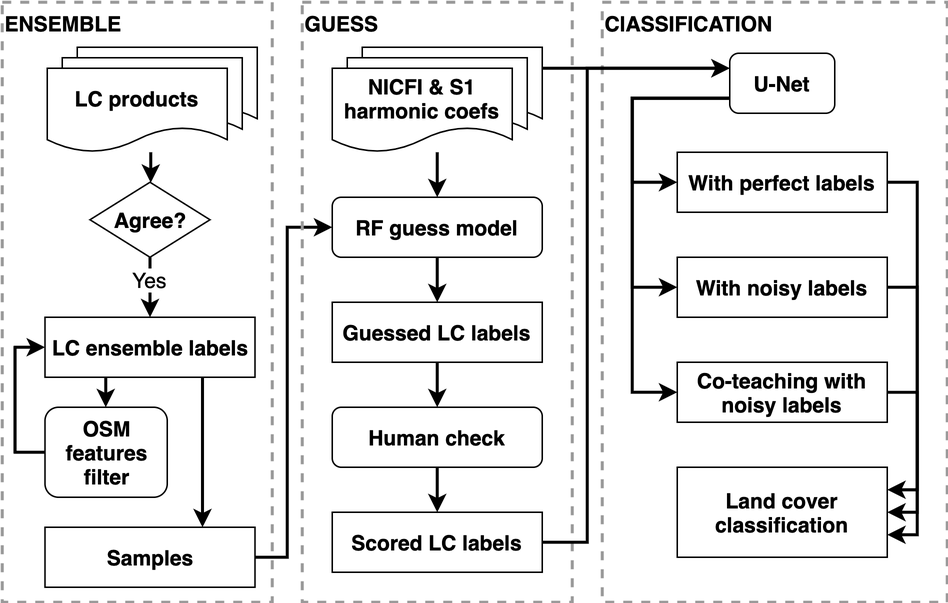
LLeiSong/hrlcm keeps this draw.io diagram as docs/figures/hrlcm_flowchart.png. Above is the earlier version. Source tidied: cells renumbered, new cells last; positions are measured from the earlier drawing's top-left corner, leaving out a move shared by most shapes.
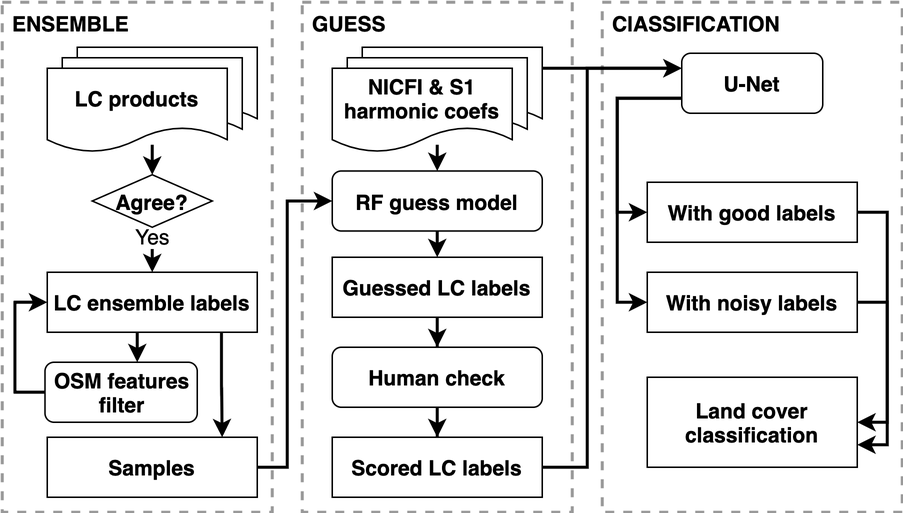
After the change.

The edit, as a diff of the source:
```diff
@@ -2,99 +2,48 @@
   <root>
     <mxCell id="0" />
     <mxCell id="1" parent="0" />
-    <mxCell id="2" value="ClASSIFICATION" style="rounded=0;whiteSpace=wrap;html=1;fontSize=14;align=left;verticalAlign=top;dashed=1;fontColor=#000000;fillColor=none;strokeWidth=2;fontStyle=1;strokeColor=#999999;" parent="1" vertex="1">
-      <mxGeometry x="400" width="230" height="400" as="geometry" />
+    <mxCell id="2" value="ClASSIFICATION" style="rounded=0;whiteSpace=wrap;html=1;fontSize=14;align=left;verticalAlign=top;dashed=1;fontColor=#000000;fillColor=none;strokeWidth=2;fontStyle=1;strokeColor=#999999;spacingLeft=5;" parent="1" vertex="1">
+      <mxGeometry x="400" width="200" height="340" as="geometry" />
     </mxCell>
     <mxCell id="3" style="edgeStyle=orthogonalEdgeStyle;rounded=0;jettySize=auto;html=1;fontSize=14;strokeWidth=2;entryX=0;entryY=0.5;entryDx=0;entryDy=0;" parent="1" edge="1" source="19" target="10">
       <mxGeometry relative="1" as="geometry">
         <Array as="points">
-          <mxPoint x="190" y="370" />
-          <mxPoint x="190" y="150" />
+          <mxPoint x="190" y="310" />
+          <mxPoint x="190" y="133" />
+          <mxPoint x="220" y="133" />
         </Array>
       </mxGeometry>
     </mxCell>
-    <mxCell id="4" style="group;" parent="1" vertex="1">
-      <mxGeometry x="220" y="30" width="170" height="370" as="geometry" />
-    </mxCell>
-    <mxCell id="5" value="GUESS" style="rounded=0;whiteSpace=wrap;html=1;fontSize=14;align=left;verticalAlign=top;dashed=1;fontColor=#000000;fillColor=none;strokeWidth=2;fontStyle=1;strokeColor=#999999;" parent="4" vertex="1">
-      <mxGeometry x="-20" y="-30" width="180" height="400" as="geometry" />
-    </mxCell>
-    <mxCell id="6" style="shape=document;whiteSpace=wrap;html=1;boundedLbl=1;" parent="4" vertex="1">
-      <mxGeometry x="20" width="120" height="56" as="geometry" />
-    </mxCell>
-    <mxCell id="7" style="shape=document;whiteSpace=wrap;html=1;boundedLbl=1;" parent="4" vertex="1">
-      <mxGeometry x="10" y="7" width="120" height="56" as="geometry" />
-    </mxCell>
-    <mxCell id="8" value="NICFI &amp;amp; S1 harmonic coefs" style="shape=document;whiteSpace=wrap;html=1;boundedLbl=1;fontSize=14;fontStyle=1;" parent="4" vertex="1">
-      <mxGeometry y="14" width="120" height="56" as="geometry" />
-    </mxCell>
-    <mxCell id="9" style="edgeStyle=orthogonalEdgeStyle;rounded=0;jettySize=auto;html=1;fontSize=14;strokeWidth=2;" parent="1" edge="1" source="10" target="15">
-      <mxGeometry relative="1" as="geometry" />
-    </mxCell>
-    <mxCell id="10" value="RF guess model" style="rounded=1;whiteSpace=wrap;html=1;fontSize=14;fontStyle=1;" parent="1" vertex="1">
-      <mxGeometry x="220" y="130" width="140" height="40" as="geometry" />
-    </mxCell>
-    <mxCell id="11" style="edgeStyle=orthogonalEdgeStyle;rounded=0;jettySize=auto;html=1;fontSize=14;strokeWidth=2;" parent="1" edge="1" source="8" target="10">
-      <mxGeometry relative="1" as="geometry">
-        <Array as="points">
-          <mxPoint x="290" y="110" />
-          <mxPoint x="290" y="110" />
-        </Array>
-      </mxGeometry>
-    </mxCell>
-    <mxCell id="12" style="edgeStyle=orthogonalEdgeStyle;rounded=0;jettySize=auto;html=1;fontSize=14;strokeWidth=2;" parent="1" edge="1" source="13" target="17">
-      <mxGeometry relative="1" as="geometry" />
-    </mxCell>
-    <mxCell id="13" value="Human check" style="rounded=1;whiteSpace=wrap;html=1;fontSize=14;fontStyle=1;" parent="1" vertex="1">
-      <mxGeometry x="220" y="270" width="140" height="40" as="geometry" />
-    </mxCell>
-    <mxCell id="14" style="edgeStyle=orthogonalEdgeStyle;rounded=0;jettySize=auto;html=1;fontSize=14;strokeWidth=2;" parent="1" edge="1" source="15" target="13">
-      <mxGeometry relative="1" as="geometry" />
-    </mxCell>
-    <mxCell id="15" value="Guessed LC labels" style="rounded=0;whiteSpace=wrap;html=1;fontSize=14;fontStyle=1;" parent="1" vertex="1">
-      <mxGeometry x="220" y="200" width="140" height="40" as="geometry" />
-    </mxCell>
-    <mxCell id="16" style="edgeStyle=orthogonalEdgeStyle;rounded=0;jettySize=auto;html=1;exitX=1;exitY=0.5;exitDx=0;exitDy=0;entryX=0;entryY=0.25;entryDx=0;entryDy=0;fontSize=14;strokeWidth=2;" parent="1" edge="1" source="17" target="36">
-      <mxGeometry relative="1" as="geometry">
-        <Array as="points">
-          <mxPoint x="390" y="360" />
-          <mxPoint x="390" y="44" />
-        </Array>
-      </mxGeometry>
-    </mxCell>
-    <mxCell id="17" value="Scored LC labels" style="rounded=0;whiteSpace=wrap;html=1;fontSize=14;fontStyle=1;" parent="1" vertex="1">
-      <mxGeometry x="220" y="340" width="140" height="40" as="geometry" />
-    </mxCell>
-    <mxCell id="18" value="ENSEMBLE" style="rounded=0;whiteSpace=wrap;html=1;fontSize=14;align=left;verticalAlign=top;dashed=1;fontColor=#000000;fillColor=none;strokeWidth=2;fontStyle=1;strokeColor=#999999;" parent="1" vertex="1">
-      <mxGeometry width="180" height="400" as="geometry" />
+    <mxCell id="18" value="ENSEMBLE" style="rounded=0;whiteSpace=wrap;html=1;fontSize=14;align=left;verticalAlign=top;dashed=1;fontColor=#000000;fillColor=none;strokeWidth=2;fontStyle=1;strokeColor=#999999;spacingLeft=5;" parent="1" vertex="1">
+      <mxGeometry width="180" height="340" as="geometry" />
     </mxCell>
     <mxCell id="19" value="Samples" style="rounded=0;whiteSpace=wrap;html=1;fontSize=14;fontStyle=1;" parent="1" vertex="1">
-      <mxGeometry x="28.5" y="350" width="140" height="40" as="geometry" />
+      <mxGeometry x="30" y="290" width="140" height="40" as="geometry" />
     </mxCell>
     <mxCell id="20" style="edgeStyle=orthogonalEdgeStyle;rounded=0;jettySize=auto;html=1;fontSize=14;strokeWidth=2;" parent="1" edge="1" source="22" target="32">
       <mxGeometry relative="1" as="geometry">
         <Array as="points">
-          <mxPoint x="69" y="260" />
-          <mxPoint x="69" y="260" />
+          <mxPoint x="90" y="230" />
+          <mxPoint x="90" y="230" />
         </Array>
       </mxGeometry>
     </mxCell>
-    <mxCell id="21" style="edgeStyle=orthogonalEdgeStyle;rounded=0;jettySize=auto;html=1;fontSize=14;strokeWidth=2;entryX=0.75;entryY=0;entryDx=0;entryDy=0;exitX=0.75;exitY=1;exitDx=0;exitDy=0;" parent="1" edge="1" source="22" target="19">
+    <mxCell id="21" style="edgeStyle=orthogonalEdgeStyle;rounded=0;jettySize=auto;html=1;exitX=0.83;exitY=0.979;exitDx=0;exitDy=0;strokeWidth=2;exitPerimeter=0;entryX=0.833;entryY=0;entryDx=0;entryDy=0;entryPerimeter=0;" parent="1" edge="1" source="22" target="19">
       <mxGeometry relative="1" as="geometry" />
     </mxCell>
     <mxCell id="22" value="LC ensemble labels" style="rounded=0;whiteSpace=wrap;html=1;fontSize=14;fontStyle=1;" parent="1" vertex="1">
-      <mxGeometry x="28.5" y="210" width="140" height="40" as="geometry" />
+      <mxGeometry x="30" y="180" width="140" height="40" as="geometry" />
     </mxCell>
     <mxCell id="23" style="edgeStyle=orthogonalEdgeStyle;rounded=0;jettySize=auto;html=1;fontSize=14;strokeWidth=2;" parent="1" edge="1" source="25" target="22">
       <mxGeometry relative="1" as="geometry" />
     </mxCell>
     <mxCell id="24" value="Yes" style="edgeLabel;html=1;align=center;verticalAlign=middle;fontSize=14;" parent="23" vertex="1">
       <mxGeometry x="0.2" y="-1" relative="1" as="geometry">
-        <mxPoint y="-10" as="offset" />
+        <mxPoint y="-5" as="offset" />
       </mxGeometry>
     </mxCell>
     <mxCell id="25" value="Agree?" style="rhombus;whiteSpace=wrap;html=1;fontSize=14;strokeWidth=1;fillColor=none;fontStyle=1;" parent="1" vertex="1">
-      <mxGeometry x="58.5" y="120" width="80" height="50" as="geometry" />
+      <mxGeometry x="60" y="115" width="80" height="35" as="geometry" />
     </mxCell>
     <mxCell id="26" style="group;" parent="1" vertex="1">
       <mxGeometry x="30" y="30" width="140" height="70" as="geometry" />
@@ -108,70 +57,107 @@
     <mxCell id="29" value="LC products" style="shape=document;whiteSpace=wrap;html=1;boundedLbl=1;fontSize=14;fontStyle=1;" parent="26" vertex="1">
       <mxGeometry y="14" width="120" height="56" as="geometry" />
     </mxCell>
-    <mxCell id="30" style="edgeStyle=orthogonalEdgeStyle;rounded=0;jettySize=auto;html=1;fontSize=14;strokeWidth=2;" parent="1" edge="1" source="29" target="25">
-      <mxGeometry relative="1" as="geometry">
-        <Array as="points">
-          <mxPoint x="99" y="110" />
-          <mxPoint x="99" y="110" />
-        </Array>
-      </mxGeometry>
-    </mxCell>
     <mxCell id="31" style="edgeStyle=orthogonalEdgeStyle;rounded=0;jettySize=auto;html=1;exitX=0;exitY=0.5;exitDx=0;exitDy=0;entryX=0;entryY=0.5;entryDx=0;entryDy=0;fontSize=14;strokeWidth=2;" parent="1" edge="1" source="32" target="22">
       <mxGeometry relative="1" as="geometry" />
     </mxCell>
     <mxCell id="32" value="OSM features filter" style="rounded=1;whiteSpace=wrap;html=1;fontSize=14;fontStyle=1;" parent="1" vertex="1">
-      <mxGeometry x="28.5" y="270" width="81.5" height="60" as="geometry" />
+      <mxGeometry x="28.5" y="240" width="101.5" height="40" as="geometry" />
     </mxCell>
-    <mxCell id="33" style="edgeStyle=orthogonalEdgeStyle;rounded=0;jettySize=auto;html=1;exitX=0;exitY=0.75;exitDx=0;exitDy=0;entryX=0;entryY=0.5;entryDx=0;entryDy=0;fontSize=14;strokeWidth=2;" parent="1" edge="1" source="36" target="40">
-      <mxGeometry relative="1" as="geometry">
-        <Array as="points">
-          <mxPoint x="420" y="64" />
-          <mxPoint x="420" y="260" />
-        </Array>
-      </mxGeometry>
-    </mxCell>
     <mxCell id="34" style="edgeStyle=orthogonalEdgeStyle;rounded=0;jettySize=auto;html=1;exitX=0;exitY=0.75;exitDx=0;exitDy=0;entryX=0;entryY=0.5;entryDx=0;entryDy=0;fontSize=14;strokeWidth=2;" parent="1" edge="1" source="36" target="38">
       <mxGeometry relative="1" as="geometry">
         <Array as="points">
-          <mxPoint x="420" y="64" />
-          <mxPoint x="420" y="120" />
+          <mxPoint x="410" y="64" />
+          <mxPoint x="410" y="140" />
         </Array>
       </mxGeometry>
     </mxCell>
     <mxCell id="35" style="edgeStyle=orthogonalEdgeStyle;rounded=0;jettySize=auto;html=1;exitX=0;exitY=0.75;exitDx=0;exitDy=0;entryX=0;entryY=0.5;entryDx=0;entryDy=0;fontSize=14;strokeWidth=2;" parent="1" edge="1" source="36" target="43">
       <mxGeometry relative="1" as="geometry">
         <Array as="points">
-          <mxPoint x="420" y="64" />
-          <mxPoint x="420" y="190" />
+          <mxPoint x="410" y="64" />
+          <mxPoint x="410" y="200" />
         </Array>
       </mxGeometry>
     </mxCell>
     <mxCell id="36" value="U-Net" style="rounded=1;whiteSpace=wrap;html=1;fontSize=14;strokeColor=#000000;strokeWidth=1;fillColor=none;fontStyle=1;" parent="1" vertex="1">
-      <mxGeometry x="485" y="34" width="70" height="40" as="geometry" />
+      <mxGeometry x="453" y="34" width="94" height="40" as="geometry" />
     </mxCell>
     <mxCell id="37" style="edgeStyle=orthogonalEdgeStyle;rounded=0;jettySize=auto;html=1;exitX=1;exitY=0.5;exitDx=0;exitDy=0;entryX=1;entryY=0.75;entryDx=0;entryDy=0;fontSize=14;strokeWidth=2;" parent="1" edge="1" source="38" target="44">
       <mxGeometry relative="1" as="geometry" />
     </mxCell>
-    <mxCell id="38" value="With perfect labels" style="rounded=0;whiteSpace=wrap;html=1;fontSize=14;fontStyle=1;" parent="1" vertex="1">
-      <mxGeometry x="450" y="100" width="140" height="40" as="geometry" />
+    <mxCell id="38" value="With good labels" style="rounded=0;whiteSpace=wrap;html=1;fontSize=14;fontStyle=1;" parent="1" vertex="1">
+      <mxGeometry x="430" y="120" width="140" height="40" as="geometry" />
     </mxCell>
-    <mxCell id="39" style="edgeStyle=orthogonalEdgeStyle;rounded=0;jettySize=auto;html=1;exitX=1;exitY=0.5;exitDx=0;exitDy=0;entryX=1;entryY=0.25;entryDx=0;entryDy=0;fontSize=14;strokeWidth=2;" parent="1" edge="1" source="40" target="44">
-      <mxGeometry relative="1" as="geometry" />
-    </mxCell>
-    <mxCell id="40" value="Co-teaching with noisy labels" style="rounded=0;whiteSpace=wrap;html=1;fontSize=14;fontStyle=1;" parent="1" vertex="1">
-      <mxGeometry x="450" y="240" width="140" height="40" as="geometry" />
-    </mxCell>
-    <mxCell id="41" style="edgeStyle=orthogonalEdgeStyle;rounded=0;jettySize=auto;html=1;exitX=1;exitY=0.25;exitDx=0;exitDy=0;entryX=0;entryY=0.25;entryDx=0;entryDy=0;fontSize=14;strokeWidth=2;" parent="1" edge="1" source="6" target="36">
-      <mxGeometry relative="1" as="geometry" />
-    </mxCell>
     <mxCell id="42" style="edgeStyle=orthogonalEdgeStyle;rounded=0;jettySize=auto;html=1;exitX=1;exitY=0.5;exitDx=0;exitDy=0;entryX=1;entryY=0.5;entryDx=0;entryDy=0;fontSize=14;strokeWidth=2;" parent="1" edge="1" source="43" target="44">
       <mxGeometry relative="1" as="geometry" />
     </mxCell>
     <mxCell id="43" value="With noisy labels" style="rounded=0;whiteSpace=wrap;html=1;fontSize=14;fontStyle=1;" parent="1" vertex="1">
-      <mxGeometry x="450" y="170" width="140" height="40" as="geometry" />
+      <mxGeometry x="430" y="180" width="140" height="40" as="geometry" />
     </mxCell>
     <mxCell id="44" value="Land cover classification" style="rounded=0;whiteSpace=wrap;html=1;fontSize=14;fontStyle=1;" parent="1" vertex="1">
-      <mxGeometry x="450" y="310" width="140" height="60" as="geometry" />
+      <mxGeometry x="430" y="250" width="140" height="60" as="geometry" />
     </mxCell>
+    <mxCell id="5" value="GUESS" style="rounded=0;whiteSpace=wrap;html=1;fontSize=14;align=left;verticalAlign=top;dashed=1;fontColor=#000000;fillColor=none;strokeWidth=2;fontStyle=1;strokeColor=#999999;spacingLeft=5;" parent="1" vertex="1">
+      <mxGeometry x="200" width="180" height="340" as="geometry" />
+    </mxCell>
+    <mxCell id="41" style="edgeStyle=orthogonalEdgeStyle;rounded=0;jettySize=auto;html=1;exitX=1;exitY=0.25;exitDx=0;exitDy=0;entryX=0;entryY=0.25;entryDx=0;entryDy=0;strokeWidth=2;" parent="1" edge="1" source="6" target="36">
+      <mxGeometry relative="1" as="geometry" />
+    </mxCell>
+    <mxCell id="6" style="shape=document;whiteSpace=wrap;html=1;boundedLbl=1;" parent="1" vertex="1">
+      <mxGeometry x="240" y="30" width="120" height="56" as="geometry" />
+    </mxCell>
+    <mxCell id="7" style="shape=document;whiteSpace=wrap;html=1;boundedLbl=1;" parent="1" vertex="1">
+      <mxGeometry x="230" y="37" width="120" height="56" as="geometry" />
+    </mxCell>
+    <mxCell id="8" value="NICFI &amp;amp; S1 harmonic coefs" style="shape=document;whiteSpace=wrap;html=1;boundedLbl=1;fontSize=14;fontStyle=1;" parent="1" vertex="1">
+      <mxGeometry x="220" y="44" width="120" height="56" as="geometry" />
+    </mxCell>
+    <mxCell id="9" style="edgeStyle=orthogonalEdgeStyle;rounded=0;jettySize=auto;html=1;exitX=0.5;exitY=1;exitDx=0;exitDy=0;entryX=0.5;entryY=0;entryDx=0;entryDy=0;strokeWidth=2;" parent="1" edge="1" source="10" target="15">
+      <mxGeometry relative="1" as="geometry" />
+    </mxCell>
+    <mxCell id="10" value="RF guess model" style="rounded=1;whiteSpace=wrap;html=1;fontSize=14;fontStyle=1;" parent="1" vertex="1">
+      <mxGeometry x="220" y="112.5" width="140" height="40" as="geometry" />
+    </mxCell>
+    <mxCell id="11" style="edgeStyle=orthogonalEdgeStyle;rounded=0;jettySize=auto;html=1;fontSize=14;strokeWidth=2;" parent="1" edge="1" target="10">
+      <mxGeometry x="330" y="140" as="geometry">
+        <mxPoint x="290" y="95" as="sourcePoint" />
+        <Array as="points">
+          <mxPoint x="290" y="110" />
+          <mxPoint x="290" y="110" />
+        </Array>
+      </mxGeometry>
+    </mxCell>
+    <mxCell id="15" value="Guessed LC labels" style="rounded=0;whiteSpace=wrap;html=1;fontSize=14;fontStyle=1;" parent="1" vertex="1">
+      <mxGeometry x="220" y="170" width="140" height="40" as="geometry" />
+    </mxCell>
+    <mxCell id="13" value="Human check" style="rounded=1;whiteSpace=wrap;html=1;fontSize=14;fontStyle=1;" parent="1" vertex="1">
+      <mxGeometry x="220" y="230" width="140" height="40" as="geometry" />
+    </mxCell>
+    <mxCell id="14" style="edgeStyle=orthogonalEdgeStyle;rounded=0;jettySize=auto;html=1;fontSize=14;strokeWidth=2;" parent="1" edge="1" source="15" target="13">
+      <mxGeometry x="330" y="140" as="geometry" />
+    </mxCell>
+    <mxCell id="16" style="edgeStyle=orthogonalEdgeStyle;rounded=0;jettySize=auto;html=1;exitX=1;exitY=0.5;exitDx=0;exitDy=0;entryX=0;entryY=0.25;entryDx=0;entryDy=0;strokeWidth=2;" parent="1" edge="1" source="17" target="36">
+      <mxGeometry relative="1" as="geometry">
+        <Array as="points">
+          <mxPoint x="390" y="310" />
+          <mxPoint x="390" y="44" />
+        </Array>
+      </mxGeometry>
+    </mxCell>
+    <mxCell id="17" value="Scored LC labels" style="rounded=0;whiteSpace=wrap;html=1;fontSize=14;fontStyle=1;" parent="1" vertex="1">
+      <mxGeometry x="220" y="290" width="140" height="40" as="geometry" />
+    </mxCell>
+    <mxCell id="12" style="edgeStyle=orthogonalEdgeStyle;rounded=0;jettySize=auto;html=1;fontSize=14;strokeWidth=2;" parent="1" edge="1" source="13" target="17">
+      <mxGeometry x="330" y="140" as="geometry" />
+    </mxCell>
+    <mxCell id="45" style="edgeStyle=orthogonalEdgeStyle;rounded=0;jettySize=auto;html=1;fontSize=14;strokeWidth=2;entryX=0.5;entryY=0;entryDx=0;entryDy=0;" parent="1" edge="1" target="25">
+      <mxGeometry x="340" y="150" as="geometry">
+        <mxPoint x="100" y="95" as="sourcePoint" />
+        <Array as="points">
+          <mxPoint x="100" y="110" />
+          <mxPoint x="100" y="110" />
+        </Array>
+      </mxGeometry>
+    </mxCell>
   </root>
 </mxGraphModel>
```
